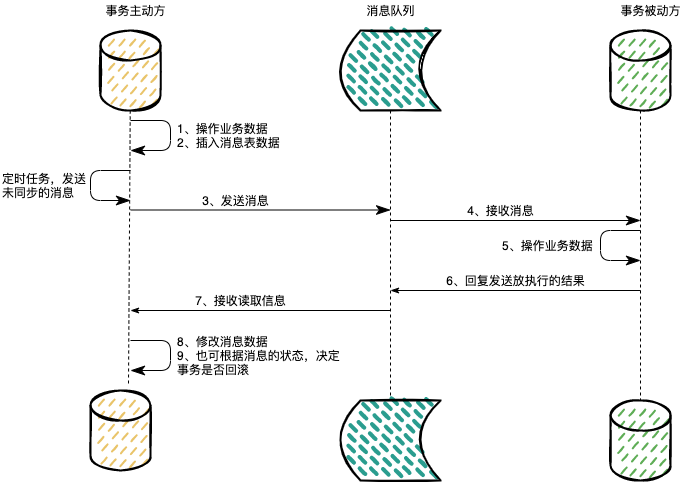
Above: img/mq-local-shiwu.png in boilingfrog/Go-POINT (draw.io), before the change. Source tidied: cells renumbered, new cells last; positions are measured from the earlier drawing's top-left corner, leaving out a move shared by most shapes. The source it was exported from:
```xml
<mxGraphModel>
  <root>
    <mxCell id="0" />
    <mxCell id="1" parent="0" />
    <mxCell id="2" style="edgeStyle=none;html=1;endArrow=none;endFill=0;dashed=1;entryX=0.633;entryY=-0.05;entryDx=0;entryDy=0;entryPerimeter=0;" parent="1" edge="1" source="3" target="9">
      <mxGeometry relative="1" as="geometry" />
    </mxCell>
    <mxCell id="3" style="shape=cylinder3;whiteSpace=wrap;html=1;boundedLbl=1;backgroundOutline=1;size=15;fillColor=#E9C46A;strokeWidth=2;sketch=1;fillWeight=2;hachureGap=8;fillStyle=dashed;" parent="1" vertex="1">
      <mxGeometry x="100" y="30" width="60" height="80" as="geometry" />
    </mxCell>
    <mxCell id="4" style="edgeStyle=none;html=1;dashed=1;endArrow=none;endFill=0;" parent="1" edge="1" source="5" target="10">
      <mxGeometry relative="1" as="geometry" />
    </mxCell>
    <mxCell id="5" style="shape=dataStorage;whiteSpace=wrap;html=1;fixedSize=1;rounded=1;strokeWidth=2;fillColor=#2A9D8F;sketch=1;fillWeight=4;hachureGap=8;hachureAngle=45;fillStyle=dashed;" parent="1" vertex="1">
      <mxGeometry x="340" y="30" width="100" height="80" as="geometry" />
    </mxCell>
    <mxCell id="6" style="edgeStyle=none;html=1;entryX=0.5;entryY=0;entryDx=0;entryDy=0;entryPerimeter=0;dashed=1;endArrow=none;endFill=0;" parent="1" edge="1" source="7" target="11">
      <mxGeometry relative="1" as="geometry" />
    </mxCell>
    <mxCell id="7" style="shape=cylinder3;whiteSpace=wrap;html=1;boundedLbl=1;backgroundOutline=1;size=15;strokeWidth=2;sketch=1;fillWeight=2;hachureGap=8;fillStyle=dashed;fillColor=#5FAD56;" parent="1" vertex="1">
      <mxGeometry x="610" y="30" width="60" height="80" as="geometry" />
    </mxCell>
    <mxCell id="8" value="消息队列" style="text;html=1;align=center;verticalAlign=middle;strokeColor=none;" parent="1" vertex="1">
      <mxGeometry x="360" width="60" height="20" as="geometry" />
    </mxCell>
    <mxCell id="9" style="shape=cylinder3;whiteSpace=wrap;html=1;boundedLbl=1;backgroundOutline=1;size=15;fillColor=#E9C46A;strokeWidth=2;sketch=1;fillWeight=2;hachureGap=8;fillStyle=dashed;" parent="1" vertex="1">
      <mxGeometry x="90" y="390" width="60" height="80" as="geometry" />
    </mxCell>
    <mxCell id="10" style="shape=dataStorage;whiteSpace=wrap;html=1;fixedSize=1;rounded=1;strokeWidth=2;fillColor=#2A9D8F;sketch=1;fillWeight=4;hachureGap=8;hachureAngle=45;fillStyle=dashed;" parent="1" vertex="1">
      <mxGeometry x="340" y="400" width="100" height="80" as="geometry" />
    </mxCell>
    <mxCell id="11" style="shape=cylinder3;whiteSpace=wrap;html=1;boundedLbl=1;backgroundOutline=1;size=15;strokeWidth=2;sketch=1;fillWeight=2;hachureGap=8;fillStyle=dashed;fillColor=#5FAD56;" parent="1" vertex="1">
      <mxGeometry x="610" y="400" width="60" height="80" as="geometry" />
    </mxCell>
    <mxCell id="12" value="&amp;nbsp; &amp;nbsp; &amp;nbsp; &amp;nbsp; &amp;nbsp;事务主动方" style="text;html=1;align=center;verticalAlign=middle;strokeColor=none;" parent="1" vertex="1">
      <mxGeometry x="65" width="110" height="20" as="geometry" />
    </mxCell>
    <mxCell id="13" value="&amp;nbsp; &amp;nbsp; &amp;nbsp; &amp;nbsp; &amp;nbsp;事务被动方" style="text;html=1;align=center;verticalAlign=middle;strokeColor=none;" parent="1" vertex="1">
      <mxGeometry x="580" width="110" height="20" as="geometry" />
    </mxCell>
    <mxCell id="14" style="edgeStyle=orthogonalEdgeStyle;html=1;align=left;spacingLeft=2;endArrow=classicThin;rounded=1;endSize=12;endFill=1;" parent="1" edge="1">
      <mxGeometry relative="1" as="geometry">
        <mxPoint x="640" y="230" as="sourcePoint" />
        <mxPoint x="640" y="260" as="targetPoint" />
        <Array as="points">
          <mxPoint x="600" y="230" />
          <mxPoint x="600" y="260" />
        </Array>
      </mxGeometry>
    </mxCell>
    <mxCell id="15" value="1、操作业务数据&lt;br&gt;2、插入消息表数据" style="text;html=1;align=left;verticalAlign=middle;strokeColor=none;" parent="1" vertex="1">
      <mxGeometry x="175" y="120" width="120" height="30" as="geometry" />
    </mxCell>
    <mxCell id="16" style="endArrow=classicThin;endFill=1;endSize=12;html=1;" parent="1" edge="1">
      <mxGeometry relative="1" as="geometry">
        <mxPoint x="130" y="209.5" as="sourcePoint" />
        <mxPoint x="390" y="209.5" as="targetPoint" />
      </mxGeometry>
    </mxCell>
    <mxCell id="17" value="3、发送消息" style="text;html=1;align=center;verticalAlign=middle;strokeColor=none;" parent="1" vertex="1">
      <mxGeometry x="195" y="190" width="80" height="20" as="geometry" />
    </mxCell>
    <mxCell id="18" style="endArrow=classicThin;endFill=1;endSize=12;html=1;" parent="1" edge="1">
      <mxGeometry relative="1" as="geometry">
        <mxPoint x="390" y="220" as="sourcePoint" />
        <mxPoint x="640" y="220" as="targetPoint" />
      </mxGeometry>
    </mxCell>
    <mxCell id="19" value="4、接收消息" style="text;html=1;align=center;verticalAlign=middle;strokeColor=none;" parent="1" vertex="1">
      <mxGeometry x="460" y="200" width="80" height="20" as="geometry" />
    </mxCell>
    <mxCell id="20" style="edgeStyle=orthogonalEdgeStyle;html=1;align=left;spacingLeft=2;endArrow=classicThin;rounded=1;endSize=12;endFill=1;" parent="1" edge="1">
      <mxGeometry relative="1" as="geometry">
        <mxPoint x="130" y="340" as="sourcePoint" />
        <mxPoint x="130" y="370" as="targetPoint" />
        <Array as="points">
          <mxPoint x="170" y="340" />
          <mxPoint x="170" y="370" />
        </Array>
      </mxGeometry>
    </mxCell>
    <mxCell id="21" value="5、操作业务数据" style="text;html=1;align=left;verticalAlign=middle;strokeColor=none;" parent="1" vertex="1">
      <mxGeometry x="500" y="235" width="110" height="20" as="geometry" />
    </mxCell>
    <mxCell id="22" style="endArrow=none;endFill=0;endSize=12;html=1;startArrow=classicThin;startFill=1;" parent="1" edge="1">
      <mxGeometry relative="1" as="geometry">
        <mxPoint x="390" y="290" as="sourcePoint" />
        <mxPoint x="640" y="290" as="targetPoint" />
      </mxGeometry>
    </mxCell>
    <mxCell id="23" value="6、回复发送放执行的结果" style="text;html=1;align=center;verticalAlign=middle;strokeColor=none;" parent="1" vertex="1">
      <mxGeometry x="440" y="270" width="150" height="20" as="geometry" />
    </mxCell>
    <mxCell id="24" style="endArrow=none;endFill=0;endSize=12;html=1;startArrow=classicThin;startFill=1;" parent="1" edge="1">
      <mxGeometry relative="1" as="geometry">
        <mxPoint x="130" y="310" as="sourcePoint" />
        <mxPoint x="390" y="310" as="targetPoint" />
      </mxGeometry>
    </mxCell>
    <mxCell id="25" value="7、接收读取信息" style="text;html=1;align=center;verticalAlign=middle;strokeColor=none;" parent="1" vertex="1">
      <mxGeometry x="185" y="290" width="110" height="20" as="geometry" />
    </mxCell>
    <mxCell id="26" style="edgeStyle=orthogonalEdgeStyle;html=1;align=left;spacingLeft=2;endArrow=classicThin;rounded=1;endSize=12;endFill=1;" parent="1" edge="1">
      <mxGeometry relative="1" as="geometry">
        <mxPoint x="130" y="170" as="sourcePoint" />
        <mxPoint x="130" y="200" as="targetPoint" />
        <Array as="points">
          <mxPoint x="90" y="170" />
          <mxPoint x="90" y="200" />
        </Array>
      </mxGeometry>
    </mxCell>
    <mxCell id="27" value="8、修改消息数据&lt;br&gt;9、也可根据消息的状态，决定&lt;br&gt;事务是否回滚" style="text;html=1;align=left;verticalAlign=middle;strokeColor=none;" parent="1" vertex="1">
      <mxGeometry x="175" y="330" width="180" height="50" as="geometry" />
    </mxCell>
    <mxCell id="28" style="edgeStyle=orthogonalEdgeStyle;html=1;align=left;spacingLeft=2;endArrow=classicThin;rounded=1;endSize=12;endFill=1;" parent="1" edge="1">
      <mxGeometry relative="1" as="geometry">
        <mxPoint x="130" y="120" as="sourcePoint" />
        <mxPoint x="130" y="150" as="targetPoint" />
        <Array as="points">
          <mxPoint x="170" y="120" />
          <mxPoint x="170" y="150" />
        </Array>
      </mxGeometry>
    </mxCell>
    <mxCell id="29" value="定时任务，发送&lt;br&gt;未同步的消息" style="text;html=1;align=left;verticalAlign=middle;strokeColor=none;" parent="1" vertex="1">
      <mxGeometry y="170" width="100" height="30" as="geometry" />
    </mxCell>
  </root>
</mxGraphModel>
```
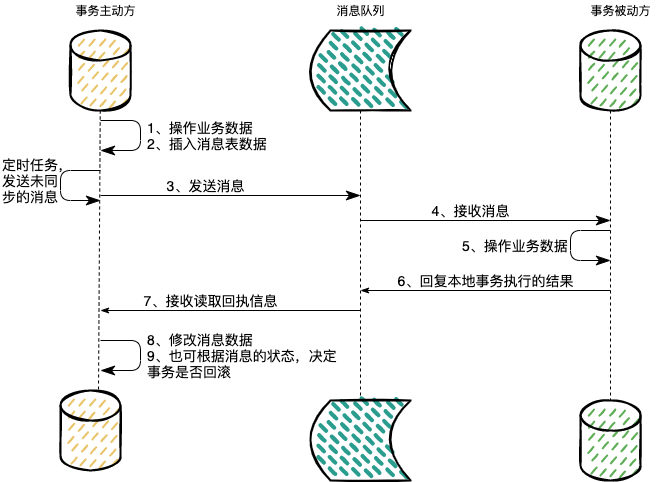
Later version of the same file.

Commit message:
几个消息队列中常见的问题

Change to the diagram source:
```diff
@@ -2,8 +2,10 @@
   <root>
     <mxCell id="0" />
     <mxCell id="1" parent="0" />
-    <mxCell id="2" style="edgeStyle=none;html=1;endArrow=none;endFill=0;dashed=1;entryX=0.633;entryY=-0.05;entryDx=0;entryDy=0;entryPerimeter=0;" parent="1" edge="1" source="3" target="9">
-      <mxGeometry relative="1" as="geometry" />
+    <mxCell id="2" style="edgeStyle=none;html=1;endArrow=none;endFill=0;dashed=1;" parent="1" edge="1" source="3">
+      <mxGeometry relative="1" as="geometry">
+        <mxPoint x="128" y="390" as="targetPoint" />
+      </mxGeometry>
     </mxCell>
     <mxCell id="3" style="shape=cylinder3;whiteSpace=wrap;html=1;boundedLbl=1;backgroundOutline=1;size=15;fillColor=#E9C46A;strokeWidth=2;sketch=1;fillWeight=2;hachureGap=8;fillStyle=dashed;" parent="1" vertex="1">
       <mxGeometry x="100" y="30" width="60" height="80" as="geometry" />
@@ -48,17 +50,17 @@
         </Array>
       </mxGeometry>
     </mxCell>
-    <mxCell id="15" value="1、操作业务数据&lt;br&gt;2、插入消息表数据" style="text;html=1;align=left;verticalAlign=middle;strokeColor=none;" parent="1" vertex="1">
-      <mxGeometry x="175" y="120" width="120" height="30" as="geometry" />
+    <mxCell id="15" value="&lt;font style=&quot;font-size: 14px&quot;&gt;1、操作业务数据&lt;br&gt;2、插入消息表数据&lt;/font&gt;" style="text;html=1;align=left;verticalAlign=middle;strokeColor=none;" parent="1" vertex="1">
+      <mxGeometry x="175" y="115" width="140" height="40" as="geometry" />
     </mxCell>
     <mxCell id="16" style="endArrow=classicThin;endFill=1;endSize=12;html=1;" parent="1" edge="1">
       <mxGeometry relative="1" as="geometry">
-        <mxPoint x="130" y="209.5" as="sourcePoint" />
-        <mxPoint x="390" y="209.5" as="targetPoint" />
+        <mxPoint x="130" y="195" as="sourcePoint" />
+        <mxPoint x="390" y="195" as="targetPoint" />
       </mxGeometry>
     </mxCell>
-    <mxCell id="17" value="3、发送消息" style="text;html=1;align=center;verticalAlign=middle;strokeColor=none;" parent="1" vertex="1">
-      <mxGeometry x="195" y="190" width="80" height="20" as="geometry" />
+    <mxCell id="17" value="&lt;font style=&quot;font-size: 14px&quot;&gt;3、发送消息&lt;/font&gt;" style="text;html=1;align=center;verticalAlign=middle;strokeColor=none;" parent="1" vertex="1">
+      <mxGeometry x="190" y="175" width="90" height="20" as="geometry" />
     </mxCell>
     <mxCell id="18" style="endArrow=classicThin;endFill=1;endSize=12;html=1;" parent="1" edge="1">
       <mxGeometry relative="1" as="geometry">
@@ -66,8 +68,8 @@
         <mxPoint x="640" y="220" as="targetPoint" />
       </mxGeometry>
     </mxCell>
-    <mxCell id="19" value="4、接收消息" style="text;html=1;align=center;verticalAlign=middle;strokeColor=none;" parent="1" vertex="1">
-      <mxGeometry x="460" y="200" width="80" height="20" as="geometry" />
+    <mxCell id="19" value="&lt;font style=&quot;font-size: 14px&quot;&gt;4、接收消息&lt;/font&gt;" style="text;html=1;align=center;verticalAlign=middle;strokeColor=none;" parent="1" vertex="1">
+      <mxGeometry x="455" y="200" width="90" height="20" as="geometry" />
     </mxCell>
     <mxCell id="20" style="edgeStyle=orthogonalEdgeStyle;html=1;align=left;spacingLeft=2;endArrow=classicThin;rounded=1;endSize=12;endFill=1;" parent="1" edge="1">
       <mxGeometry relative="1" as="geometry">
@@ -79,8 +81,8 @@
         </Array>
       </mxGeometry>
     </mxCell>
-    <mxCell id="21" value="5、操作业务数据" style="text;html=1;align=left;verticalAlign=middle;strokeColor=none;" parent="1" vertex="1">
-      <mxGeometry x="500" y="235" width="110" height="20" as="geometry" />
+    <mxCell id="21" value="&lt;font style=&quot;font-size: 14px&quot;&gt;5、操作业务数据&lt;/font&gt;" style="text;html=1;align=left;verticalAlign=middle;strokeColor=none;" parent="1" vertex="1">
+      <mxGeometry x="490" y="235" width="120" height="20" as="geometry" />
     </mxCell>
     <mxCell id="22" style="endArrow=none;endFill=0;endSize=12;html=1;startArrow=classicThin;startFill=1;" parent="1" edge="1">
       <mxGeometry relative="1" as="geometry">
@@ -88,8 +90,8 @@
         <mxPoint x="640" y="290" as="targetPoint" />
       </mxGeometry>
     </mxCell>
-    <mxCell id="23" value="6、回复发送放执行的结果" style="text;html=1;align=center;verticalAlign=middle;strokeColor=none;" parent="1" vertex="1">
-      <mxGeometry x="440" y="270" width="150" height="20" as="geometry" />
+    <mxCell id="23" value="&lt;font style=&quot;font-size: 14px&quot;&gt;6、回复本地事务执行的结果&lt;/font&gt;" style="text;html=1;align=center;verticalAlign=middle;strokeColor=none;" parent="1" vertex="1">
+      <mxGeometry x="420" y="270" width="190" height="20" as="geometry" />
     </mxCell>
     <mxCell id="24" style="endArrow=none;endFill=0;endSize=12;html=1;startArrow=classicThin;startFill=1;" parent="1" edge="1">
       <mxGeometry relative="1" as="geometry">
@@ -97,8 +99,8 @@
         <mxPoint x="390" y="310" as="targetPoint" />
       </mxGeometry>
     </mxCell>
-    <mxCell id="25" value="7、接收读取信息" style="text;html=1;align=center;verticalAlign=middle;strokeColor=none;" parent="1" vertex="1">
-      <mxGeometry x="185" y="290" width="110" height="20" as="geometry" />
+    <mxCell id="25" value="&lt;font style=&quot;font-size: 14px&quot;&gt;7、接收读取回执信息&lt;/font&gt;" style="text;html=1;align=center;verticalAlign=middle;strokeColor=none;" parent="1" vertex="1">
+      <mxGeometry x="165" y="290" width="150" height="20" as="geometry" />
     </mxCell>
     <mxCell id="26" style="edgeStyle=orthogonalEdgeStyle;html=1;align=left;spacingLeft=2;endArrow=classicThin;rounded=1;endSize=12;endFill=1;" parent="1" edge="1">
       <mxGeometry relative="1" as="geometry">
@@ -110,8 +112,8 @@
         </Array>
       </mxGeometry>
     </mxCell>
-    <mxCell id="27" value="8、修改消息数据&lt;br&gt;9、也可根据消息的状态，决定&lt;br&gt;事务是否回滚" style="text;html=1;align=left;verticalAlign=middle;strokeColor=none;" parent="1" vertex="1">
-      <mxGeometry x="175" y="330" width="180" height="50" as="geometry" />
+    <mxCell id="27" value="&lt;font style=&quot;font-size: 14px&quot;&gt;8、修改消息数据&lt;br&gt;9、也可根据消息的状态，决定&lt;br&gt;事务是否回滚&lt;/font&gt;" style="text;html=1;align=left;verticalAlign=middle;strokeColor=none;" parent="1" vertex="1">
+      <mxGeometry x="175" y="330" width="210" height="50" as="geometry" />
     </mxCell>
     <mxCell id="28" style="edgeStyle=orthogonalEdgeStyle;html=1;align=left;spacingLeft=2;endArrow=classicThin;rounded=1;endSize=12;endFill=1;" parent="1" edge="1">
       <mxGeometry relative="1" as="geometry">
@@ -123,8 +125,8 @@
         </Array>
       </mxGeometry>
     </mxCell>
-    <mxCell id="29" value="定时任务，发送&lt;br&gt;未同步的消息" style="text;html=1;align=left;verticalAlign=middle;strokeColor=none;" parent="1" vertex="1">
-      <mxGeometry y="170" width="100" height="30" as="geometry" />
+    <mxCell id="29" value="&lt;font style=&quot;font-size: 14px&quot;&gt;定时任务，&lt;br&gt;发送未同&lt;br&gt;步的消息&lt;/font&gt;" style="text;html=1;align=left;verticalAlign=middle;strokeColor=none;" parent="1" vertex="1">
+      <mxGeometry x="30" y="155" width="90" height="50" as="geometry" />
     </mxCell>
   </root>
 </mxGraphModel>
```
